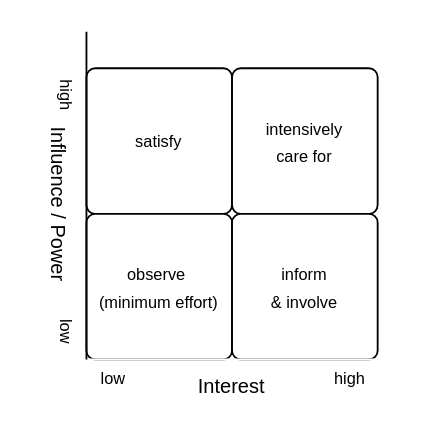
Above: docs/arc42/arc42-MinerNetwork/images/stakeholder_quadrant.drawio in bjoern621/VSP-Blockchain (draw.io), before the change. Source tidied: cells renumbered, new cells numbered last; positions are measured from the earlier drawing's top-left corner, leaving out a move shared by most shapes. Both pictures are drawn from the tidied source at 182%, with x=0, y=0 at pixel (-42, 31).
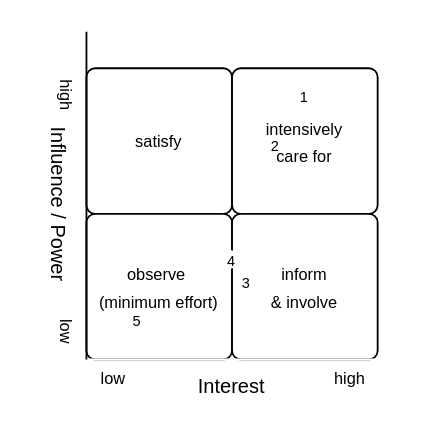
Above is the later version.

Commit message (it also covers changes not shown here):
Stakeholder Quadrant

The edit, as a diff of the source:
```diff
@@
+    <mxCell id="14" value="&lt;font style=&quot;font-size: 8px;&quot;&gt;1&lt;/font&gt;" style="text;html=1;whiteSpace=wrap;strokeColor=none;fillColor=default;align=center;verticalAlign=middle;rounded=1;arcSize=50100;" parent="1" vertex="1">
+      <mxGeometry x="184.5" y="30" width="10" height="10" as="geometry" />
+    </mxCell>
+    <mxCell id="15" value="&lt;font style=&quot;font-size: 8px;&quot;&gt;2&lt;/font&gt;" style="text;html=1;whiteSpace=wrap;strokeColor=none;fillColor=default;align=center;verticalAlign=middle;rounded=1;arcSize=50100;" parent="1" vertex="1">
+      <mxGeometry x="169" y="57" width="10" height="10" as="geometry" />
+    </mxCell>
+    <mxCell id="16" value="&lt;font style=&quot;font-size: 8px;&quot;&gt;4&lt;/font&gt;" style="text;html=1;whiteSpace=wrap;strokeColor=none;fillColor=default;align=center;verticalAlign=middle;rounded=1;arcSize=50100;" parent="1" vertex="1">
+      <mxGeometry x="144.5" y="120" width="10" height="10" as="geometry" />
+    </mxCell>
+    <mxCell id="17" value="&lt;font style=&quot;font-size: 8px;&quot;&gt;3&lt;/font&gt;" style="text;html=1;whiteSpace=wrap;strokeColor=none;fillColor=default;align=center;verticalAlign=middle;rounded=1;arcSize=50100;" parent="1" vertex="1">
+      <mxGeometry x="153" y="132" width="10" height="10" as="geometry" />
+    </mxCell>
+    <mxCell id="18" value="&lt;font style=&quot;font-size: 8px;&quot;&gt;5&lt;/font&gt;" style="text;html=1;whiteSpace=wrap;strokeColor=none;fillColor=default;align=center;verticalAlign=middle;rounded=1;arcSize=50100;" parent="1" vertex="1">
+      <mxGeometry x="93" y="153" width="10" height="10" as="geometry" />
+    </mxCell>
```
